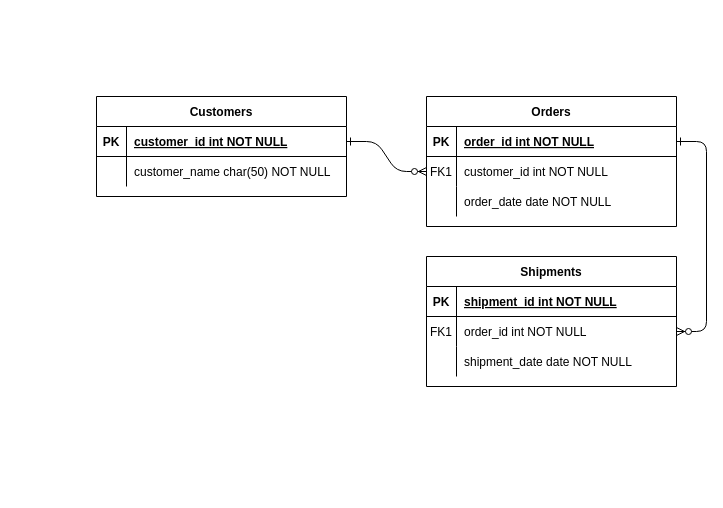
Above: Untitled Diagram.drawio in BubbliBlu/projects (draw.io), before the change. Source tidied: cells renumbered, new cells numbered last; positions are measured from the earlier drawing's top-left corner, leaving out a move shared by most shapes. Both pictures are drawn from the tidied source at 100%, with x=0, y=0 at pixel (96, 96).
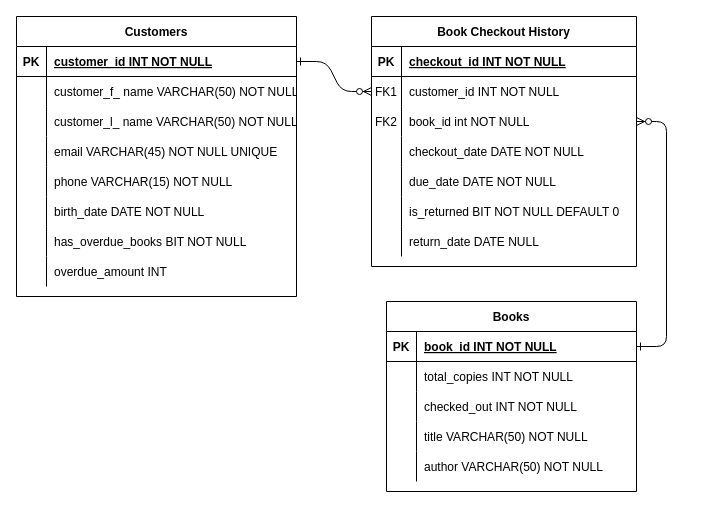
The same page after the edit.

The change refers to these unchanged cells:
```xml
<mxCell id="15" style="shape=partialRectangle;fillColor=none;points=[[0,0.5],[1,0.5]];portConstraint=eastwest;top=0;left=0;right=0;bottom=1;" parent="14" vertex="1">
  <mxGeometry y="30" width="250" height="30" as="geometry" />
</mxCell>
<mxCell id="18" style="shape=partialRectangle;fillColor=none;points=[[0,0.5],[1,0.5]];portConstraint=eastwest;top=0;left=0;right=0;bottom=0;" parent="14" vertex="1">
  <mxGeometry y="60" width="250" height="30" as="geometry" />
</mxCell>
<mxCell id="21" style="shape=partialRectangle;fillColor=none;top=0;left=0;right=0;bottom=0;" parent="14" vertex="1">
  <mxGeometry y="90" width="250" height="30" as="geometry" />
</mxCell>
```

What changed in the source:
```diff
@@
-    <mxCell id="3" style="edgeStyle=entityRelationEdgeStyle;endArrow=ERzeroToMany;startArrow=ERone;endFill=1;startFill=0;" parent="1" edge="1" source="5" target="18">
-      <mxGeometry relative="1" as="geometry" />
+    <mxCell id="3" style="edgeStyle=entityRelationEdgeStyle;endArrow=ERzeroToMany;startArrow=ERone;endFill=1;startFill=0;entryX=1;entryY=0.5;entryDx=0;entryDy=0;exitX=1;exitY=0.5;exitDx=0;exitDy=0;" parent="1" edge="1" source="15" target="11">
+      <mxGeometry relative="1" as="geometry">
+        <Array as="points">
+          <mxPoint x="570" y="110" />
+          <mxPoint x="570" y="110" />
+        </Array>
+      </mxGeometry>
     </mxCell>
-    <mxCell id="4" value="Orders" style="shape=table;startSize=30;childLayout=tableLayout;rowLines=0;fontStyle=1;align=center;" parent="1" vertex="1">
-      <mxGeometry x="330" width="250" height="130" as="geometry" />
+    <mxCell id="4" value="Book Checkout History" style="shape=table;startSize=30;childLayout=tableLayout;rowLines=0;fontStyle=1;align=center;" parent="1" vertex="1">
+      <mxGeometry x="275" y="-80" width="265" height="250" as="geometry" />
     </mxCell>
     <mxCell id="5" style="shape=partialRectangle;fillColor=none;points=[[0,0.5],[1,0.5]];portConstraint=eastwest;top=0;left=0;right=0;bottom=1;" parent="4" vertex="1">
-      <mxGeometry y="30" width="250" height="30" as="geometry" />
+      <mxGeometry y="30" width="265" height="30" as="geometry" />
     </mxCell>
@@
-    <mxCell id="7" value="order_id int NOT NULL " style="shape=partialRectangle;overflow=hidden;fillColor=none;top=0;left=0;bottom=0;right=0;align=left;spacingLeft=6;fontStyle=5;" parent="5" vertex="1">
-      <mxGeometry x="30" width="220" height="30" as="geometry" />
+    <mxCell id="7" value="checkout_id INT NOT NULL " style="shape=partialRectangle;overflow=hidden;fillColor=none;top=0;left=0;bottom=0;right=0;align=left;spacingLeft=6;fontStyle=5;" parent="5" vertex="1">
+      <mxGeometry x="30" width="235" height="30" as="geometry" />
     </mxCell>
     <mxCell id="8" style="shape=partialRectangle;fillColor=none;points=[[0,0.5],[1,0.5]];portConstraint=eastwest;top=0;left=0;right=0;bottom=0;" parent="4" vertex="1">
-      <mxGeometry y="60" width="250" height="30" as="geometry" />
+      <mxGeometry y="60" width="265" height="30" as="geometry" />
     </mxCell>
@@
-    <mxCell id="10" value="customer_id int NOT NULL" style="shape=partialRectangle;overflow=hidden;fillColor=none;top=0;left=0;bottom=0;right=0;align=left;spacingLeft=6;" parent="8" vertex="1">
-      <mxGeometry x="30" width="220" height="30" as="geometry" />
+    <mxCell id="10" value="customer_id INT NOT NULL" style="shape=partialRectangle;overflow=hidden;fillColor=none;top=0;left=0;bottom=0;right=0;align=left;spacingLeft=6;" parent="8" vertex="1">
+      <mxGeometry x="30" width="235" height="30" as="geometry" />
     </mxCell>
     <mxCell id="11" style="shape=partialRectangle;fillColor=none;points=[[0,0.5],[1,0.5]];portConstraint=eastwest;top=0;left=0;right=0;bottom=0;" parent="4" vertex="1">
-      <mxGeometry y="90" width="250" height="30" as="geometry" />
+      <mxGeometry y="90" width="265" height="30" as="geometry" />
     </mxCell>
-    <mxCell id="12" style="shape=partialRectangle;overflow=hidden;fillColor=none;top=0;left=0;bottom=0;right=0;" parent="11" vertex="1">
+    <mxCell id="12" value="FK2" style="shape=partialRectangle;overflow=hidden;fillColor=none;top=0;left=0;bottom=0;right=0;" parent="11" vertex="1">
       <mxGeometry width="30" height="30" as="geometry" />
     </mxCell>
-    <mxCell id="13" value="order_date date NOT NULL" style="shape=partialRectangle;overflow=hidden;fillColor=none;top=0;left=0;bottom=0;right=0;align=left;spacingLeft=6;" parent="11" vertex="1">
-      <mxGeometry x="30" width="220" height="30" as="geometry" />
+    <mxCell id="13" value="book_id int NOT NULL" style="shape=partialRectangle;overflow=hidden;fillColor=none;top=0;left=0;bottom=0;right=0;align=left;spacingLeft=6;" parent="11" vertex="1">
+      <mxGeometry x="30" width="235" height="30" as="geometry" />
     </mxCell>
+    <mxCell id="31" style="shape=partialRectangle;fillColor=none;top=0;left=0;right=0;bottom=0;" parent="4" vertex="1">
+      <mxGeometry y="120" width="265" height="30" as="geometry" />
+    </mxCell>
+    <mxCell id="32" style="shape=partialRectangle;overflow=hidden;fillColor=none;top=0;left=0;bottom=0;right=0;" parent="31" vertex="1">
+      <mxGeometry width="30" height="30" as="geometry" />
+    </mxCell>
+    <mxCell id="33" value="checkout_date DATE NOT NULL" style="shape=partialRectangle;overflow=hidden;fillColor=none;top=0;left=0;bottom=0;right=0;align=left;spacingLeft=6;" parent="31" vertex="1">
+      <mxGeometry x="30" width="235" height="30" as="geometry" />
+    </mxCell>
+    <mxCell id="34" style="shape=partialRectangle;fillColor=none;top=0;left=0;right=0;bottom=0;" parent="4" vertex="1">
+      <mxGeometry y="150" width="265" height="30" as="geometry" />
+    </mxCell>
+    <mxCell id="35" style="shape=partialRectangle;overflow=hidden;fillColor=none;top=0;left=0;bottom=0;right=0;" parent="34" vertex="1">
+      <mxGeometry width="30" height="30" as="geometry" />
+    </mxCell>
+    <mxCell id="36" value="due_date DATE NOT NULL" style="shape=partialRectangle;overflow=hidden;fillColor=none;top=0;left=0;bottom=0;right=0;align=left;spacingLeft=6;" parent="34" vertex="1">
+      <mxGeometry x="30" width="235" height="30" as="geometry" />
+    </mxCell>
+    <mxCell id="37" style="shape=partialRectangle;fillColor=none;top=0;left=0;right=0;bottom=0;" parent="4" vertex="1">
+      <mxGeometry y="180" width="265" height="30" as="geometry" />
+    </mxCell>
+    <mxCell id="38" style="shape=partialRectangle;overflow=hidden;fillColor=none;top=0;left=0;bottom=0;right=0;" parent="37" vertex="1">
+      <mxGeometry width="30" height="30" as="geometry" />
+    </mxCell>
+    <mxCell id="39" value="is_returned BIT NOT NULL DEFAULT 0" style="shape=partialRectangle;overflow=hidden;fillColor=none;top=0;left=0;bottom=0;right=0;align=left;spacingLeft=6;" parent="37" vertex="1">
+      <mxGeometry x="30" width="235" height="30" as="geometry" />
+    </mxCell>
+    <mxCell id="40" style="shape=partialRectangle;fillColor=none;top=0;left=0;right=0;bottom=0;" parent="4" vertex="1">
+      <mxGeometry y="210" width="265" height="30" as="geometry" />
+    </mxCell>
+    <mxCell id="41" style="shape=partialRectangle;overflow=hidden;fillColor=none;top=0;left=0;bottom=0;right=0;" parent="40" vertex="1">
+      <mxGeometry width="30" height="30" as="geometry" />
+    </mxCell>
+    <mxCell id="42" value="return_date DATE NULL" style="shape=partialRectangle;overflow=hidden;fillColor=none;top=0;left=0;bottom=0;right=0;align=left;spacingLeft=6;" parent="40" vertex="1">
+      <mxGeometry x="30" width="235" height="30" as="geometry" />
+    </mxCell>
+    <mxCell id="24" value="Customers" style="shape=table;startSize=30;childLayout=tableLayout;rowLines=0;fontStyle=1;align=center;" parent="1" vertex="1">
+      <mxGeometry x="-80" y="-80" width="280" height="280" as="geometry" />
+    </mxCell>
+    <mxCell id="25" style="shape=partialRectangle;fillColor=none;points=[[0,0.5],[1,0.5]];portConstraint=eastwest;top=0;left=0;right=0;bottom=1;" parent="24" vertex="1">
+      <mxGeometry y="30" width="280" height="30" as="geometry" />
+    </mxCell>
+    <mxCell id="26" value="PK" style="shape=partialRectangle;overflow=hidden;fillColor=none;top=0;left=0;bottom=0;right=0;fontStyle=1;" parent="25" vertex="1">
+      <mxGeometry width="30" height="30" as="geometry" />
+    </mxCell>
+    <mxCell id="27" value="customer_id INT NOT NULL " style="shape=partialRectangle;overflow=hidden;fillColor=none;top=0;left=0;bottom=0;right=0;align=left;spacingLeft=6;fontStyle=5;" parent="25" vertex="1">
+      <mxGeometry x="30" width="250" height="30" as="geometry" />
+    </mxCell>
+    <mxCell id="28" style="shape=partialRectangle;fillColor=none;top=0;left=0;right=0;bottom=0;" parent="24" vertex="1">
+      <mxGeometry y="60" width="280" height="30" as="geometry" />
+    </mxCell>
+    <mxCell id="29" style="shape=partialRectangle;overflow=hidden;fillColor=none;top=0;left=0;bottom=0;right=0;" parent="28" vertex="1">
+      <mxGeometry width="30" height="30" as="geometry" />
+    </mxCell>
+    <mxCell id="30" value="customer_f_ name VARCHAR(50) NOT NULL" style="shape=partialRectangle;overflow=hidden;fillColor=none;top=0;left=0;bottom=0;right=0;align=left;spacingLeft=6;" parent="28" vertex="1">
+      <mxGeometry x="30" width="250" height="30" as="geometry" />
+    </mxCell>
+    <mxCell id="43" style="shape=partialRectangle;fillColor=none;top=0;left=0;right=0;bottom=0;" parent="24" vertex="1">
+      <mxGeometry y="90" width="280" height="30" as="geometry" />
+    </mxCell>
+    <mxCell id="44" style="shape=partialRectangle;overflow=hidden;fillColor=none;top=0;left=0;bottom=0;right=0;" parent="43" vertex="1">
+      <mxGeometry width="30" height="30" as="geometry" />
+    </mxCell>
+    <mxCell id="45" value="customer_l_ name VARCHAR(50) NOT NULL" style="shape=partialRectangle;overflow=hidden;fillColor=none;top=0;left=0;bottom=0;right=0;align=left;spacingLeft=6;" parent="43" vertex="1">
+      <mxGeometry x="30" width="250" height="30" as="geometry" />
+    </mxCell>
+    <mxCell id="46" style="shape=partialRectangle;fillColor=none;top=0;left=0;right=0;bottom=0;" parent="24" vertex="1">
+      <mxGeometry y="120" width="280" height="30" as="geometry" />
+    </mxCell>
+    <mxCell id="47" style="shape=partialRectangle;overflow=hidden;fillColor=none;top=0;left=0;bottom=0;right=0;" parent="46" vertex="1">
+      <mxGeometry width="30" height="30" as="geometry" />
+    </mxCell>
+    <mxCell id="48" value="email VARCHAR(45) NOT NULL UNIQUE" style="shape=partialRectangle;overflow=hidden;fillColor=none;top=0;left=0;bottom=0;right=0;align=left;spacingLeft=6;" parent="46" vertex="1">
+      <mxGeometry x="30" width="250" height="30" as="geometry" />
+    </mxCell>
+    <mxCell id="49" style="shape=partialRectangle;fillColor=none;top=0;left=0;right=0;bottom=0;" parent="24" vertex="1">
+      <mxGeometry y="150" width="280" height="30" as="geometry" />
+    </mxCell>
+    <mxCell id="50" style="shape=partialRectangle;overflow=hidden;fillColor=none;top=0;left=0;bottom=0;right=0;" parent="49" vertex="1">
+      <mxGeometry width="30" height="30" as="geometry" />
+    </mxCell>
+    <mxCell id="51" value="phone VARCHAR(15) NOT NULL" style="shape=partialRectangle;overflow=hidden;fillColor=none;top=0;left=0;bottom=0;right=0;align=left;spacingLeft=6;" parent="49" vertex="1">
+      <mxGeometry x="30" width="250" height="30" as="geometry" />
+    </mxCell>
+    <mxCell id="52" style="shape=partialRectangle;fillColor=none;top=0;left=0;right=0;bottom=0;" parent="24" vertex="1">
+      <mxGeometry y="180" width="280" height="30" as="geometry" />
+    </mxCell>
+    <mxCell id="53" style="shape=partialRectangle;overflow=hidden;fillColor=none;top=0;left=0;bottom=0;right=0;" parent="52" vertex="1">
+      <mxGeometry width="30" height="30" as="geometry" />
+    </mxCell>
+    <mxCell id="54" value="birth_date DATE NOT NULL" style="shape=partialRectangle;overflow=hidden;fillColor=none;top=0;left=0;bottom=0;right=0;align=left;spacingLeft=6;" parent="52" vertex="1">
+      <mxGeometry x="30" width="250" height="30" as="geometry" />
+    </mxCell>
+    <mxCell id="55" style="shape=partialRectangle;fillColor=none;top=0;left=0;right=0;bottom=0;" parent="24" vertex="1">
+      <mxGeometry y="210" width="280" height="30" as="geometry" />
+    </mxCell>
+    <mxCell id="56" style="shape=partialRectangle;overflow=hidden;fillColor=none;top=0;left=0;bottom=0;right=0;" parent="55" vertex="1">
+      <mxGeometry width="30" height="30" as="geometry" />
+    </mxCell>
+    <mxCell id="57" value="has_overdue_books BIT NOT NULL" style="shape=partialRectangle;overflow=hidden;fillColor=none;top=0;left=0;bottom=0;right=0;align=left;spacingLeft=6;" parent="55" vertex="1">
+      <mxGeometry x="30" width="250" height="30" as="geometry" />
+    </mxCell>
+    <mxCell id="58" style="shape=partialRectangle;fillColor=none;top=0;left=0;right=0;bottom=0;" parent="24" vertex="1">
+      <mxGeometry y="240" width="280" height="30" as="geometry" />
+    </mxCell>
+    <mxCell id="59" style="shape=partialRectangle;overflow=hidden;fillColor=none;top=0;left=0;bottom=0;right=0;" parent="58" vertex="1">
+      <mxGeometry width="30" height="30" as="geometry" />
+    </mxCell>
+    <mxCell id="60" value="overdue_amount INT" style="shape=partialRectangle;overflow=hidden;fillColor=none;top=0;left=0;bottom=0;right=0;align=left;spacingLeft=6;" parent="58" vertex="1">
+      <mxGeometry x="30" width="250" height="30" as="geometry" />
+    </mxCell>
-    <mxCell id="14" value="Shipments" style="shape=table;startSize=30;childLayout=tableLayout;rowLines=0;fontStyle=1;align=center;" parent="1" vertex="1">
-      <mxGeometry x="330" y="160" width="250" height="130" as="geometry" />
+    <mxCell id="14" value="Books" style="shape=table;startSize=30;childLayout=tableLayout;rowLines=0;fontStyle=1;align=center;" parent="1" vertex="1">
+      <mxGeometry x="290" y="205" width="250" height="190" as="geometry" />
     </mxCell>
@@
-    <mxCell id="17" value="shipment_id int NOT NULL " style="shape=partialRectangle;overflow=hidden;fillColor=none;top=0;left=0;bottom=0;right=0;align=left;spacingLeft=6;fontStyle=5;" parent="15" vertex="1">
+    <mxCell id="17" value="book_id INT NOT NULL " style="shape=partialRectangle;overflow=hidden;fillColor=none;top=0;left=0;bottom=0;right=0;align=left;spacingLeft=6;fontStyle=5;" parent="15" vertex="1">
       <mxGeometry x="30" width="220" height="30" as="geometry" />
     </mxCell>
@@
-    <mxCell id="19" value="FK1" style="shape=partialRectangle;overflow=hidden;fillColor=none;top=0;left=0;bottom=0;right=0;" parent="18" vertex="1">
+    <mxCell id="19" style="shape=partialRectangle;overflow=hidden;fillColor=none;top=0;left=0;bottom=0;right=0;" parent="18" vertex="1">
       <mxGeometry width="30" height="30" as="geometry" />
     </mxCell>
-    <mxCell id="20" value="order_id int NOT NULL" style="shape=partialRectangle;overflow=hidden;fillColor=none;top=0;left=0;bottom=0;right=0;align=left;spacingLeft=6;" parent="18" vertex="1">
+    <mxCell id="20" value="total_copies INT NOT NULL" style="shape=partialRectangle;overflow=hidden;fillColor=none;top=0;left=0;bottom=0;right=0;align=left;spacingLeft=6;" parent="18" vertex="1">
       <mxGeometry x="30" width="220" height="30" as="geometry" />
     </mxCell>
@@
-    <mxCell id="23" value="shipment_date date NOT NULL" style="shape=partialRectangle;overflow=hidden;fillColor=none;top=0;left=0;bottom=0;right=0;align=left;spacingLeft=6;" parent="21" vertex="1">
+    <mxCell id="23" value="checked_out INT NOT NULL" style="shape=partialRectangle;overflow=hidden;fillColor=none;top=0;left=0;bottom=0;right=0;align=left;spacingLeft=6;" parent="21" vertex="1">
       <mxGeometry x="30" width="220" height="30" as="geometry" />
     </mxCell>
-    <mxCell id="24" value="Customers" style="shape=table;startSize=30;childLayout=tableLayout;rowLines=0;fontStyle=1;align=center;" parent="1" vertex="1">
-      <mxGeometry width="250" height="100" as="geometry" />
-    </mxCell>
-    <mxCell id="25" style="shape=partialRectangle;fillColor=none;points=[[0,0.5],[1,0.5]];portConstraint=eastwest;top=0;left=0;right=0;bottom=1;" parent="24" vertex="1">
-      <mxGeometry y="30" width="250" height="30" as="geometry" />
-    </mxCell>
-    <mxCell id="26" value="PK" style="shape=partialRectangle;overflow=hidden;fillColor=none;top=0;left=0;bottom=0;right=0;fontStyle=1;" parent="25" vertex="1">
-      <mxGeometry width="30" height="30" as="geometry" />
-    </mxCell>
-    <mxCell id="27" value="customer_id int NOT NULL " style="shape=partialRectangle;overflow=hidden;fillColor=none;top=0;left=0;bottom=0;right=0;align=left;spacingLeft=6;fontStyle=5;" parent="25" vertex="1">
-      <mxGeometry x="30" width="220" height="30" as="geometry" />
-    </mxCell>
-    <mxCell id="28" style="shape=partialRectangle;fillColor=none;top=0;left=0;right=0;bottom=0;" parent="24" vertex="1">
-      <mxGeometry y="60" width="250" height="30" as="geometry" />
-    </mxCell>
-    <mxCell id="29" style="shape=partialRectangle;overflow=hidden;fillColor=none;top=0;left=0;bottom=0;right=0;" parent="28" vertex="1">
-      <mxGeometry width="30" height="30" as="geometry" />
-    </mxCell>
-    <mxCell id="30" value="customer_name char(50) NOT NULL" style="shape=partialRectangle;overflow=hidden;fillColor=none;top=0;left=0;bottom=0;right=0;align=left;spacingLeft=6;" parent="28" vertex="1">
-      <mxGeometry x="30" width="220" height="30" as="geometry" />
-    </mxCell>
+    <mxCell id="61" style="shape=partialRectangle;fillColor=none;top=0;left=0;right=0;bottom=0;" parent="14" vertex="1">
+      <mxGeometry y="120" width="250" height="30" as="geometry" />
+    </mxCell>
+    <mxCell id="62" style="shape=partialRectangle;overflow=hidden;fillColor=none;top=0;left=0;bottom=0;right=0;" parent="61" vertex="1">
+      <mxGeometry width="30" height="30" as="geometry" />
+    </mxCell>
+    <mxCell id="63" value="title VARCHAR(50) NOT NULL" style="shape=partialRectangle;overflow=hidden;fillColor=none;top=0;left=0;bottom=0;right=0;align=left;spacingLeft=6;" parent="61" vertex="1">
+      <mxGeometry x="30" width="220" height="30" as="geometry" />
+    </mxCell>
+    <mxCell id="64" style="shape=partialRectangle;fillColor=none;top=0;left=0;right=0;bottom=0;" parent="14" vertex="1">
+      <mxGeometry y="150" width="250" height="30" as="geometry" />
+    </mxCell>
+    <mxCell id="65" style="shape=partialRectangle;overflow=hidden;fillColor=none;top=0;left=0;bottom=0;right=0;" parent="64" vertex="1">
+      <mxGeometry width="30" height="30" as="geometry" />
+    </mxCell>
+    <mxCell id="66" value="author VARCHAR(50) NOT NULL" style="shape=partialRectangle;overflow=hidden;fillColor=none;top=0;left=0;bottom=0;right=0;align=left;spacingLeft=6;" parent="64" vertex="1">
+      <mxGeometry x="30" width="220" height="30" as="geometry" />
+    </mxCell>
```
